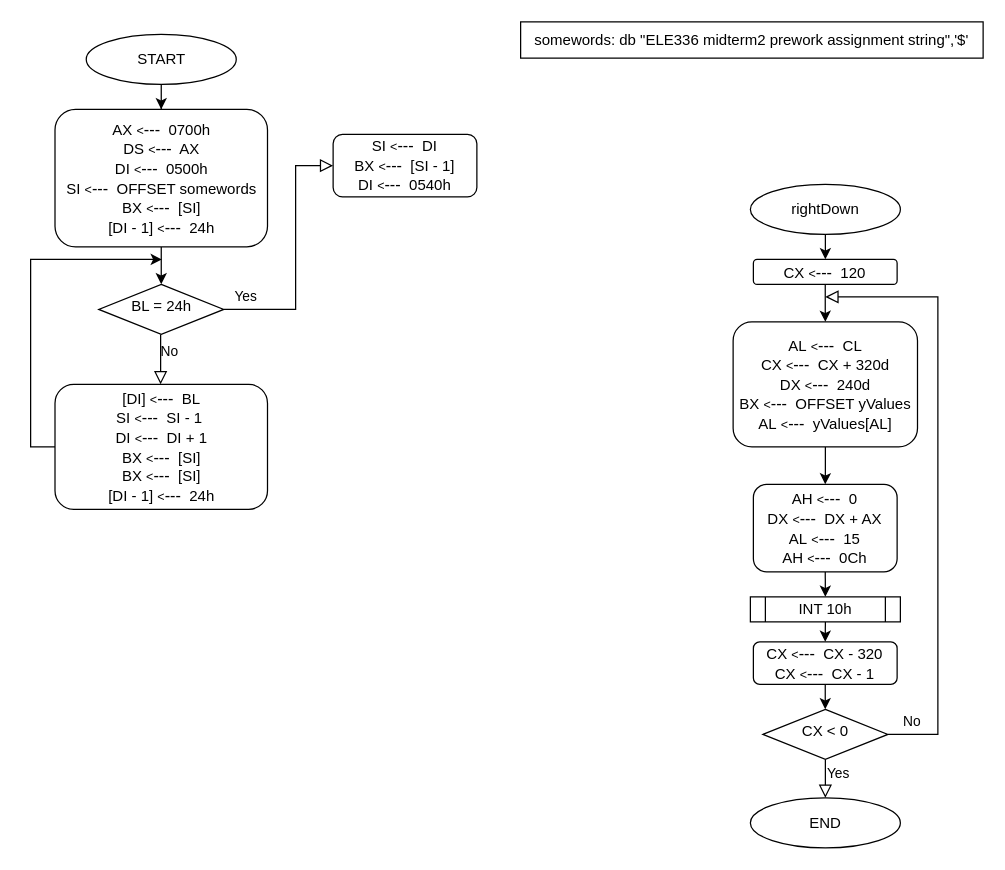
The draw.io diagram micro_mt2_3.drawio in mmuurraatt/My-Projects-On-Github, before the edit. Source tidied: cells renumbered, new cells numbered last; positions are measured from the earlier drawing's top-left corner, leaving out a move shared by most shapes. Both pictures are drawn from the tidied source at 125%, with x=0, y=0 at pixel (30, 21).
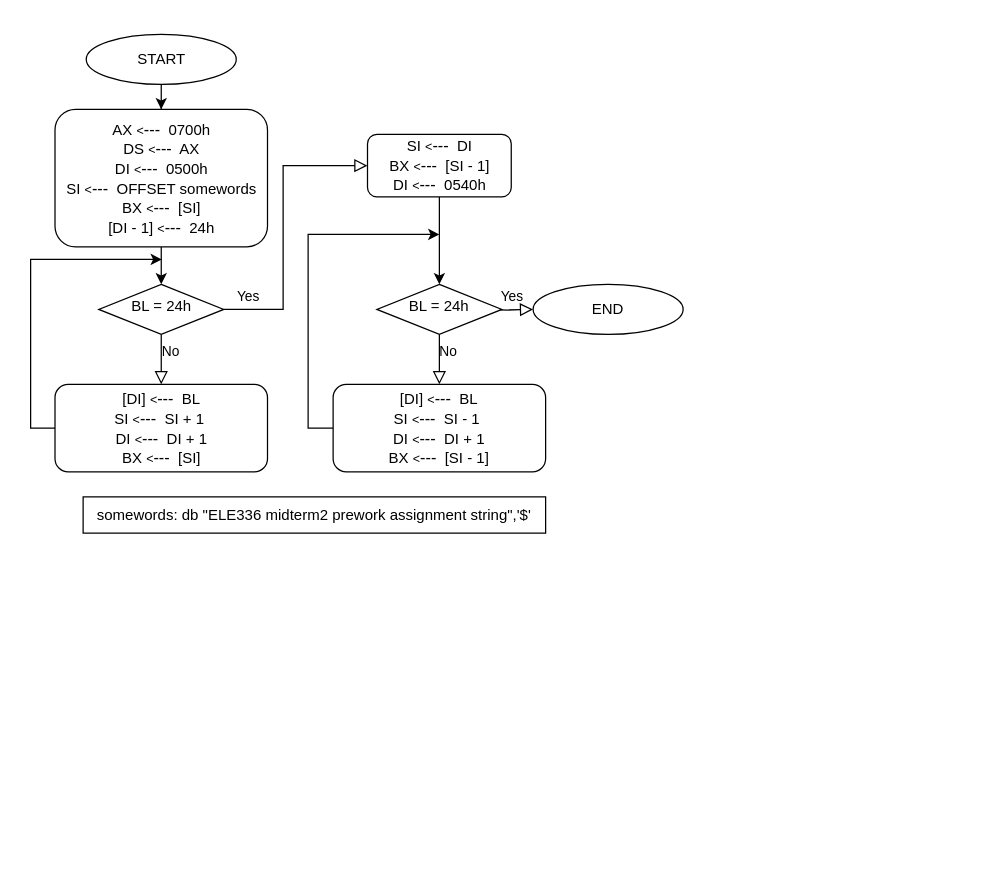
The same page after the edit.

Unchanged cells that the change refers to:
```xml
<mxCell id="25" value="BL = 24h" style="rhombus;whiteSpace=wrap;html=1;shadow=0;fontFamily=Helvetica;fontSize=12;align=center;strokeWidth=1;spacing=6;spacingTop=-4;" parent="1" vertex="1">
  <mxGeometry x="54.5" y="210" width="100" height="40" as="geometry" />
</mxCell>
```

Diff of the diagram source:
```diff
@@
-    <mxCell id="4" style="edgeStyle=orthogonalEdgeStyle;rounded=0;jettySize=auto;html=1;" parent="1" edge="1" source="5" target="7">
-      <mxGeometry relative="1" as="geometry" />
-    </mxCell>
-    <mxCell id="5" value="rightDown" style="ellipse;whiteSpace=wrap;html=1;" parent="1" vertex="1">
-      <mxGeometry x="575.8" y="130" width="120" height="40" as="geometry" />
-    </mxCell>
-    <mxCell id="6" style="edgeStyle=orthogonalEdgeStyle;rounded=0;jettySize=auto;html=1;" parent="1" edge="1" source="7" target="9">
-      <mxGeometry relative="1" as="geometry" />
-    </mxCell>
-    <mxCell id="7" value="CX&amp;nbsp;&lt;font style=&quot;font-size: 10px&quot;&gt;&amp;lt;&lt;/font&gt;&lt;font style=&quot;font-size: 13px&quot;&gt;---&lt;/font&gt;&amp;nbsp; 120" style="rounded=1;whiteSpace=wrap;html=1;fontSize=12;glass=0;strokeWidth=1;shadow=0;" parent="1" vertex="1">
-      <mxGeometry x="578.2" y="190" width="115" height="20" as="geometry" />
-    </mxCell>
-    <mxCell id="8" style="edgeStyle=orthogonalEdgeStyle;rounded=0;jettySize=auto;html=1;" parent="1" edge="1" source="9" target="11">
-      <mxGeometry relative="1" as="geometry" />
-    </mxCell>
-    <mxCell id="9" value="AL&amp;nbsp;&lt;font style=&quot;font-size: 10px&quot;&gt;&amp;lt;&lt;/font&gt;&lt;font style=&quot;font-size: 13px&quot;&gt;---&lt;/font&gt;&amp;nbsp; CL&lt;br&gt;CX&amp;nbsp;&lt;font style=&quot;font-size: 10px&quot;&gt;&amp;lt;&lt;/font&gt;&lt;font style=&quot;font-size: 13px&quot;&gt;---&lt;/font&gt;&amp;nbsp; CX + 320d&lt;br&gt;DX&amp;nbsp;&lt;font style=&quot;font-size: 10px&quot;&gt;&amp;lt;&lt;/font&gt;&lt;font style=&quot;font-size: 13px&quot;&gt;---&lt;/font&gt;&amp;nbsp; 240d&lt;br&gt;BX&amp;nbsp;&lt;font style=&quot;font-size: 10px&quot;&gt;&amp;lt;&lt;/font&gt;&lt;font style=&quot;font-size: 13px&quot;&gt;---&lt;/font&gt;&amp;nbsp; OFFSET yValues&lt;br&gt;AL&amp;nbsp;&lt;font style=&quot;font-size: 10px&quot;&gt;&amp;lt;&lt;/font&gt;&lt;font style=&quot;font-size: 13px&quot;&gt;---&lt;/font&gt;&amp;nbsp; yValues[AL]" style="rounded=1;whiteSpace=wrap;html=1;fontSize=12;glass=0;strokeWidth=1;shadow=0;" parent="1" vertex="1">
-      <mxGeometry x="562" y="240" width="147.5" height="100" as="geometry" />
-    </mxCell>
-    <mxCell id="10" style="edgeStyle=orthogonalEdgeStyle;rounded=0;jettySize=auto;html=1;exitX=0.5;exitY=1;exitDx=0;exitDy=0;entryX=0.5;entryY=0;entryDx=0;entryDy=0;" parent="1" edge="1" source="11" target="14">
-      <mxGeometry relative="1" as="geometry" />
-    </mxCell>
-    <mxCell id="11" value="AH&amp;nbsp;&lt;font style=&quot;font-size: 10px&quot;&gt;&amp;lt;&lt;/font&gt;&lt;font style=&quot;font-size: 13px&quot;&gt;---&lt;/font&gt;&amp;nbsp; 0&lt;br&gt;DX&amp;nbsp;&lt;font style=&quot;font-size: 10px&quot;&gt;&amp;lt;&lt;/font&gt;&lt;font style=&quot;font-size: 13px&quot;&gt;---&lt;/font&gt;&amp;nbsp; DX + AX&lt;br&gt;AL&amp;nbsp;&lt;font style=&quot;font-size: 10px&quot;&gt;&amp;lt;&lt;/font&gt;&lt;font style=&quot;font-size: 13px&quot;&gt;---&lt;/font&gt;&amp;nbsp; 15&lt;br&gt;AH&amp;nbsp;&lt;font style=&quot;font-size: 10px&quot;&gt;&amp;lt;&lt;/font&gt;&lt;font style=&quot;font-size: 13px&quot;&gt;---&lt;/font&gt;&amp;nbsp; 0Ch" style="rounded=1;whiteSpace=wrap;html=1;fontSize=12;glass=0;strokeWidth=1;shadow=0;" parent="1" vertex="1">
-      <mxGeometry x="578.2" y="370" width="115" height="70" as="geometry" />
-    </mxCell>
     <mxCell id="12" value="END" style="ellipse;whiteSpace=wrap;html=1;" parent="1" vertex="1">
-      <mxGeometry x="575.8" y="620.8" width="120" height="40" as="geometry" />
+      <mxGeometry x="402" y="210" width="120" height="40" as="geometry" />
     </mxCell>
-    <mxCell id="13" style="edgeStyle=orthogonalEdgeStyle;rounded=0;jettySize=auto;html=1;exitX=0.5;exitY=1;exitDx=0;exitDy=0;entryX=0.5;entryY=0;entryDx=0;entryDy=0;" parent="1" edge="1" source="14" target="16">
-      <mxGeometry relative="1" as="geometry" />
-    </mxCell>
-    <mxCell id="14" value="INT 10h" style="shape=process;whiteSpace=wrap;html=1;backgroundOutline=1;" parent="1" vertex="1">
-      <mxGeometry x="575.8" y="460" width="120" height="20" as="geometry" />
-    </mxCell>
-    <mxCell id="15" style="edgeStyle=orthogonalEdgeStyle;rounded=0;jettySize=auto;html=1;" parent="1" edge="1" source="16" target="17">
-      <mxGeometry relative="1" as="geometry" />
-    </mxCell>
-    <mxCell id="16" value="CX&amp;nbsp;&lt;font style=&quot;font-size: 10px&quot;&gt;&amp;lt;&lt;/font&gt;&lt;font style=&quot;font-size: 13px&quot;&gt;---&lt;/font&gt;&amp;nbsp; CX - 320&lt;br&gt;CX&amp;nbsp;&lt;font style=&quot;font-size: 10px&quot;&gt;&amp;lt;&lt;/font&gt;&lt;font style=&quot;font-size: 13px&quot;&gt;---&lt;/font&gt;&amp;nbsp; CX - 1" style="rounded=1;whiteSpace=wrap;html=1;fontSize=12;glass=0;strokeWidth=1;shadow=0;" parent="1" vertex="1">
-      <mxGeometry x="578.2" y="496" width="115" height="34" as="geometry" />
-    </mxCell>
-    <mxCell id="17" value="CX &amp;lt; 0" style="rhombus;whiteSpace=wrap;html=1;shadow=0;fontFamily=Helvetica;fontSize=12;align=center;strokeWidth=1;spacing=6;spacingTop=-4;" parent="1" vertex="1">
-      <mxGeometry x="585.8" y="550" width="100" height="40" as="geometry" />
-    </mxCell>
-    <mxCell id="18" value="Yes" style="rounded=0;html=1;jettySize=auto;fontSize=11;endArrow=block;endFill=0;endSize=8;strokeWidth=1;shadow=0;labelBackgroundColor=none;edgeStyle=orthogonalEdgeStyle;exitX=0.5;exitY=1;exitDx=0;exitDy=0;" parent="1" edge="1" source="17" target="12">
-      <mxGeometry x="0.19" y="10" relative="1" as="geometry" />
+    <mxCell id="18" value="Yes" style="rounded=0;html=1;jettySize=auto;fontSize=11;endArrow=block;endFill=0;endSize=8;strokeWidth=1;shadow=0;labelBackgroundColor=none;edgeStyle=orthogonalEdgeStyle;exitX=1;exitY=0.5;exitDx=0;exitDy=0;" parent="1" edge="1" target="12">
+      <mxGeometry x="0.19" y="10" relative="1" as="geometry">
+        <mxPoint x="360.8" y="230" as="sourcePoint" />
+      </mxGeometry>
     </mxCell>
-    <mxCell id="19" value="No" style="edgeStyle=orthogonalEdgeStyle;rounded=0;html=1;jettySize=auto;fontSize=11;endArrow=block;endFill=0;endSize=8;strokeWidth=1;shadow=0;labelBackgroundColor=none;exitX=1;exitY=0.5;exitDx=0;exitDy=0;" parent="1" edge="1" source="17">
-      <mxGeometry x="-0.92" y="10" relative="1" as="geometry">
-        <mxPoint x="635.8" y="220" as="targetPoint" />
-        <Array as="points">
-          <mxPoint x="725.8" y="570" />
-          <mxPoint x="725.8" y="220" />
-        </Array>
-      </mxGeometry>
-    </mxCell>
     <mxCell id="20" value="somewords: db &quot;ELE336 midterm2 prework assignment string&quot;,'$'" style="rounded=0;whiteSpace=wrap;html=1;" parent="1" vertex="1">
-      <mxGeometry x="392" width="370" height="29" as="geometry" />
+      <mxGeometry x="42" y="380" width="370" height="29" as="geometry" />
     </mxCell>
@@
-    <mxCell id="24" value="[DI]&amp;nbsp;&lt;font style=&quot;font-size: 10px&quot;&gt;&amp;lt;&lt;/font&gt;&lt;font style=&quot;font-size: 13px&quot;&gt;---&lt;/font&gt;&amp;nbsp; BL&lt;br&gt;SI&amp;nbsp;&lt;font style=&quot;font-size: 10px&quot;&gt;&amp;lt;&lt;/font&gt;&lt;font style=&quot;font-size: 13px&quot;&gt;---&lt;/font&gt;&amp;nbsp; SI - 1&amp;nbsp;&lt;br&gt;DI&amp;nbsp;&lt;font style=&quot;font-size: 10px&quot;&gt;&amp;lt;&lt;/font&gt;&lt;font style=&quot;font-size: 13px&quot;&gt;---&lt;/font&gt;&amp;nbsp; DI + 1&lt;br&gt;BX&amp;nbsp;&lt;font style=&quot;font-size: 10px&quot;&gt;&amp;lt;&lt;/font&gt;&lt;font style=&quot;font-size: 13px&quot;&gt;---&lt;/font&gt;&amp;nbsp; [SI]&lt;br&gt;BX&amp;nbsp;&lt;font style=&quot;font-size: 10px&quot;&gt;&amp;lt;&lt;/font&gt;&lt;font style=&quot;font-size: 13px&quot;&gt;---&lt;/font&gt;&amp;nbsp; [SI]&lt;br&gt;[DI - 1]&amp;nbsp;&lt;font style=&quot;font-size: 10px&quot;&gt;&amp;lt;&lt;/font&gt;&lt;font style=&quot;font-size: 13px&quot;&gt;---&lt;/font&gt;&amp;nbsp; 24h" style="rounded=1;whiteSpace=wrap;html=1;fontSize=12;glass=0;strokeWidth=1;shadow=0;" parent="1" vertex="1">
-      <mxGeometry x="19.5" y="290" width="170" height="100" as="geometry" />
+    <mxCell id="24" value="[DI]&amp;nbsp;&lt;font style=&quot;font-size: 10px&quot;&gt;&amp;lt;&lt;/font&gt;&lt;font style=&quot;font-size: 13px&quot;&gt;---&lt;/font&gt;&amp;nbsp; BL&lt;br&gt;SI&amp;nbsp;&lt;font style=&quot;font-size: 10px&quot;&gt;&amp;lt;&lt;/font&gt;&lt;font style=&quot;font-size: 13px&quot;&gt;---&lt;/font&gt;&amp;nbsp; SI + 1&amp;nbsp;&lt;br&gt;DI&amp;nbsp;&lt;font style=&quot;font-size: 10px&quot;&gt;&amp;lt;&lt;/font&gt;&lt;font style=&quot;font-size: 13px&quot;&gt;---&lt;/font&gt;&amp;nbsp; DI + 1&lt;br&gt;BX&amp;nbsp;&lt;font style=&quot;font-size: 10px&quot;&gt;&amp;lt;&lt;/font&gt;&lt;font style=&quot;font-size: 13px&quot;&gt;---&lt;/font&gt;&amp;nbsp; [SI]" style="rounded=1;whiteSpace=wrap;html=1;fontSize=12;glass=0;strokeWidth=1;shadow=0;" parent="1" vertex="1">
+      <mxGeometry x="19.5" y="290" width="170" height="70" as="geometry" />
     </mxCell>
@@
+    <mxCell id="29" style="edgeStyle=orthogonalEdgeStyle;rounded=0;jettySize=auto;html=1;" parent="1" edge="1" source="26" target="31">
+      <mxGeometry relative="1" as="geometry" />
+    </mxCell>
     <mxCell id="26" value="SI&amp;nbsp;&lt;font style=&quot;font-size: 10px&quot;&gt;&amp;lt;&lt;/font&gt;&lt;font style=&quot;font-size: 13px&quot;&gt;---&lt;/font&gt;&amp;nbsp; DI&lt;br&gt;BX&amp;nbsp;&lt;font style=&quot;font-size: 10px&quot;&gt;&amp;lt;&lt;/font&gt;&lt;font style=&quot;font-size: 13px&quot;&gt;---&lt;/font&gt;&amp;nbsp; [SI - 1]&lt;br&gt;DI&amp;nbsp;&lt;font style=&quot;font-size: 10px&quot;&gt;&amp;lt;&lt;/font&gt;&lt;font style=&quot;font-size: 13px&quot;&gt;---&lt;/font&gt;&amp;nbsp; 0540h&lt;br&gt;" style="rounded=1;whiteSpace=wrap;html=1;fontSize=12;glass=0;strokeWidth=1;shadow=0;" parent="1" vertex="1">
-      <mxGeometry x="242" y="90" width="115" height="50" as="geometry" />
+      <mxGeometry x="269.5" y="90" width="115" height="50" as="geometry" />
     </mxCell>
     <mxCell id="27" value="Yes" style="rounded=0;html=1;jettySize=auto;fontSize=11;endArrow=block;endFill=0;endSize=8;strokeWidth=1;shadow=0;labelBackgroundColor=none;edgeStyle=orthogonalEdgeStyle;entryX=0;entryY=0.5;entryDx=0;entryDy=0;exitX=1;exitY=0.5;exitDx=0;exitDy=0;" parent="1" edge="1" source="25" target="26">
       <mxGeometry x="-0.84" y="10" relative="1" as="geometry">
         <Array as="points">
-          <mxPoint x="212" y="230" />
-          <mxPoint x="212" y="115" />
+          <mxPoint x="202" y="230" />
+          <mxPoint x="202" y="115" />
         </Array>
         <mxPoint x="1" as="offset" />
       </mxGeometry>
     </mxCell>
-    <mxCell id="28" value="No" style="edgeStyle=orthogonalEdgeStyle;rounded=0;html=1;jettySize=auto;fontSize=11;endArrow=block;endFill=0;endSize=8;strokeWidth=1;shadow=0;labelBackgroundColor=none;" parent="1" edge="1" target="24">
-      <mxGeometry x="-0.31" y="7" relative="1" as="geometry">
-        <mxPoint x="104" y="250" as="sourcePoint" />
-        <Array as="points">
-          <mxPoint x="104" y="250" />
-          <mxPoint x="104" y="250" />
-        </Array>
-      </mxGeometry>
+    <mxCell id="28" value="No" style="edgeStyle=orthogonalEdgeStyle;rounded=0;html=1;jettySize=auto;fontSize=11;endArrow=block;endFill=0;endSize=8;strokeWidth=1;shadow=0;labelBackgroundColor=none;exitX=0.5;exitY=1;exitDx=0;exitDy=0;" parent="1" edge="1" source="25" target="24">
+      <mxGeometry x="-0.31" y="7" relative="1" as="geometry" />
     </mxCell>
+    <mxCell id="30" value="[DI]&amp;nbsp;&lt;font style=&quot;font-size: 10px&quot;&gt;&amp;lt;&lt;/font&gt;&lt;font style=&quot;font-size: 13px&quot;&gt;---&lt;/font&gt;&amp;nbsp; BL&lt;br&gt;SI&amp;nbsp;&lt;font style=&quot;font-size: 10px&quot;&gt;&amp;lt;&lt;/font&gt;&lt;font style=&quot;font-size: 13px&quot;&gt;---&lt;/font&gt;&amp;nbsp; SI - 1&amp;nbsp;&lt;br&gt;DI&amp;nbsp;&lt;font style=&quot;font-size: 10px&quot;&gt;&amp;lt;&lt;/font&gt;&lt;font style=&quot;font-size: 13px&quot;&gt;---&lt;/font&gt;&amp;nbsp; DI + 1&lt;br&gt;BX&amp;nbsp;&lt;font style=&quot;font-size: 10px&quot;&gt;&amp;lt;&lt;/font&gt;&lt;font style=&quot;font-size: 13px&quot;&gt;---&lt;/font&gt;&amp;nbsp; [SI - 1]" style="rounded=1;whiteSpace=wrap;html=1;fontSize=12;glass=0;strokeWidth=1;shadow=0;" parent="1" vertex="1">
+      <mxGeometry x="242" y="290" width="170" height="70" as="geometry" />
+    </mxCell>
+    <mxCell id="31" value="BL = 24h" style="rhombus;whiteSpace=wrap;html=1;shadow=0;fontFamily=Helvetica;fontSize=12;align=center;strokeWidth=1;spacing=6;spacingTop=-4;" parent="1" vertex="1">
+      <mxGeometry x="277" y="210" width="100" height="40" as="geometry" />
+    </mxCell>
+    <mxCell id="19" value="No" style="edgeStyle=orthogonalEdgeStyle;rounded=0;html=1;jettySize=auto;fontSize=11;endArrow=block;endFill=0;endSize=8;strokeWidth=1;shadow=0;labelBackgroundColor=none;entryX=0.5;entryY=0;entryDx=0;entryDy=0;exitX=0.5;exitY=1;exitDx=0;exitDy=0;" parent="1" edge="1" source="31" target="30">
+      <mxGeometry x="-0.31" y="7" relative="1" as="geometry" />
+    </mxCell>
+    <mxCell id="32" style="edgeStyle=orthogonalEdgeStyle;rounded=0;jettySize=auto;html=1;exitX=0;exitY=0.5;exitDx=0;exitDy=0;" parent="1" edge="1" source="30">
+      <mxGeometry relative="1" as="geometry">
+        <mxPoint x="327" y="170" as="targetPoint" />
+        <Array as="points">
+          <mxPoint x="222" y="325" />
+          <mxPoint x="222" y="170" />
+        </Array>
+      </mxGeometry>
+    </mxCell>
```
